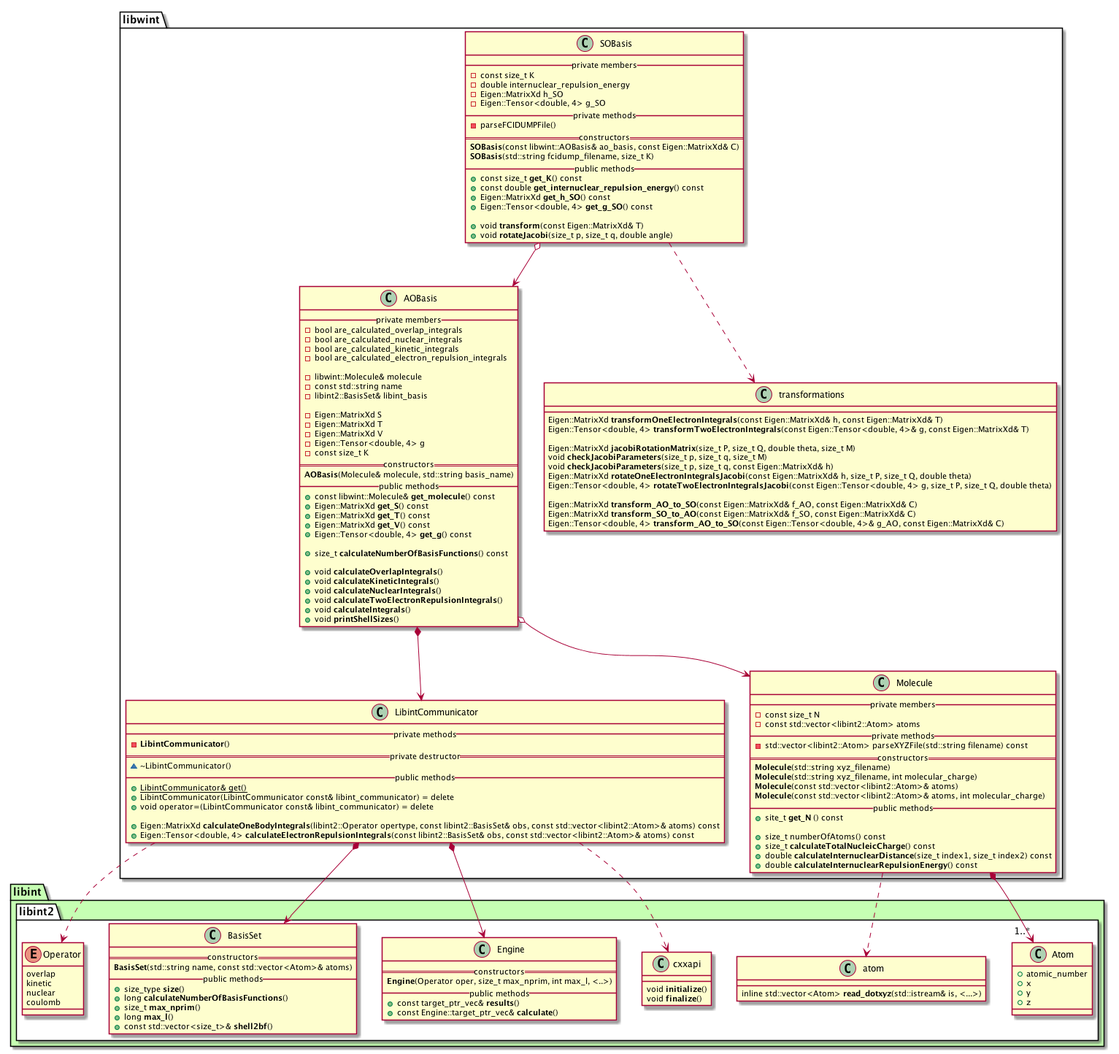
This is docs/libwint_UML_diagram.png from tmhuysen/libwint, a PlantUML export, as it was before one commit.
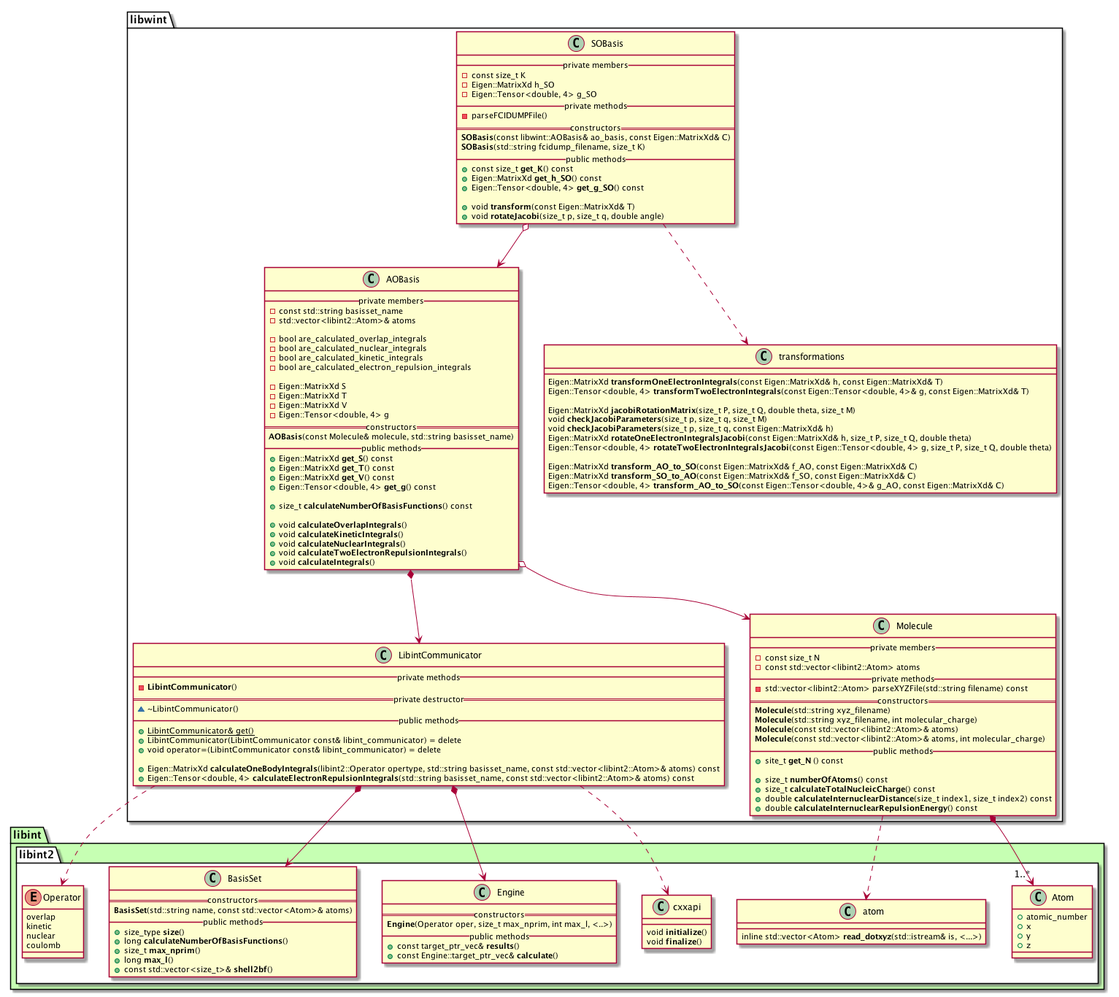
Later version of the same file.

Commit message:
Update UML diagram after refactoring hf.

What changed in the source:
```diff
@@ -55,24 +55,21 @@
 
     class AOBasis {
         __ private members __
+            - const std::string basisset_name
+            - std::vector<libint2::Atom>& atoms
+
             - bool are_calculated_overlap_integrals
             - bool are_calculated_nuclear_integrals
             - bool are_calculated_kinetic_integrals
             - bool are_calculated_electron_repulsion_integrals
 
-            - libwint::Molecule& molecule
-            - const std::string name
-            - libint2::BasisSet& libint_basis
-
             - Eigen::MatrixXd S
             - Eigen::MatrixXd T
             - Eigen::MatrixXd V
             - Eigen::Tensor<double, 4> g
-            - const size_t K
         == constructors ==
-            **AOBasis**(Molecule& molecule, std::string basis_name)
+            **AOBasis**(const Molecule& molecule, std::string basisset_name)
         __ public methods __
-            + const libwint::Molecule& **get_molecule**() const
             + Eigen::MatrixXd **get_S**() const
             + Eigen::MatrixXd **get_T**() const
             + Eigen::MatrixXd **get_V**() const
@@ -85,14 +82,12 @@
             + void **calculateNuclearIntegrals**()
             + void **calculateTwoElectronRepulsionIntegrals**()
             + void **calculateIntegrals**()
-            + void **printShellSizes**()
     }
 
 
     class SOBasis {
         __ private members __
             - const size_t K
-            - double internuclear_repulsion_energy
             - Eigen::MatrixXd h_SO
             - Eigen::Tensor<double, 4> g_SO
         __ private methods __
@@ -102,7 +97,6 @@
             **SOBasis**(std::string fcidump_filename, size_t K)
         __ public methods __
             + const size_t **get_K**() const
-            + const double **get_internuclear_repulsion_energy**() const
             + Eigen::MatrixXd **get_h_SO**() const
             + Eigen::Tensor<double, 4> **get_g_SO**() const
 
@@ -138,8 +132,8 @@
             + LibintCommunicator(LibintCommunicator const& libint_communicator) = delete
             + void operator=(LibintCommunicator const& libint_communicator) = delete
 
-            + Eigen::MatrixXd **calculateOneBodyIntegrals**(libint2::Operator opertype, const libint2::BasisSet& obs, const std::vector<libint2::Atom>& atoms) const
-            + Eigen::Tensor<double, 4> **calculateElectronRepulsionIntegrals**(const libint2::BasisSet& obs, const std::vector<libint2::Atom>& atoms) const
+            + Eigen::MatrixXd **calculateOneBodyIntegrals**(libint2::Operator opertype, std::string basisset_name, const std::vector<libint2::Atom>& atoms) const
+            + Eigen::Tensor<double, 4> **calculateElectronRepulsionIntegrals**(std::string basisset_name, const std::vector<libint2::Atom>& atoms) const
     }
 
 
@@ -157,7 +151,7 @@
         __ public methods __
             + site_t **get_N** () const
 
-            + size_t numberOfAtoms() const
+            + size_t **numberOfAtoms**() const
             + size_t **calculateTotalNucleicCharge**() const
             + double **calculateInternuclearDistance**(size_t index1, size_t index2) const
             + double **calculateInternuclearRepulsionEnergy**() const
```
